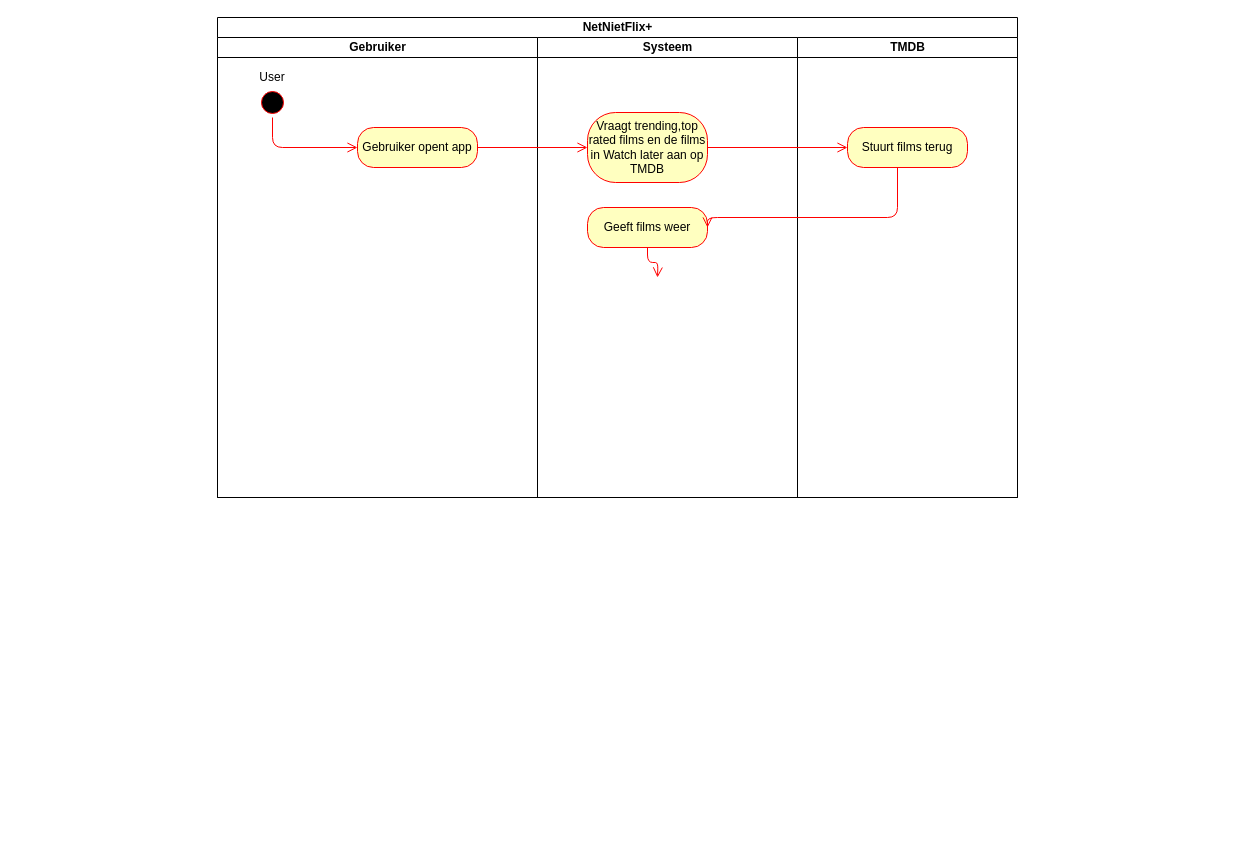
Above: page "Activity diagram" (5 of 5) of Diagrams/ERD.drawio in TeaDrinkingProgrammer/NetNietFlix (draw.io), before the change. Source tidied: cells renumbered, new cells numbered last; positions are measured from the earlier drawing's top-left corner, leaving out a move shared by most shapes. Both pictures are drawn from the tidied source at 100%, with x=0, y=0 at pixel (217, 17).
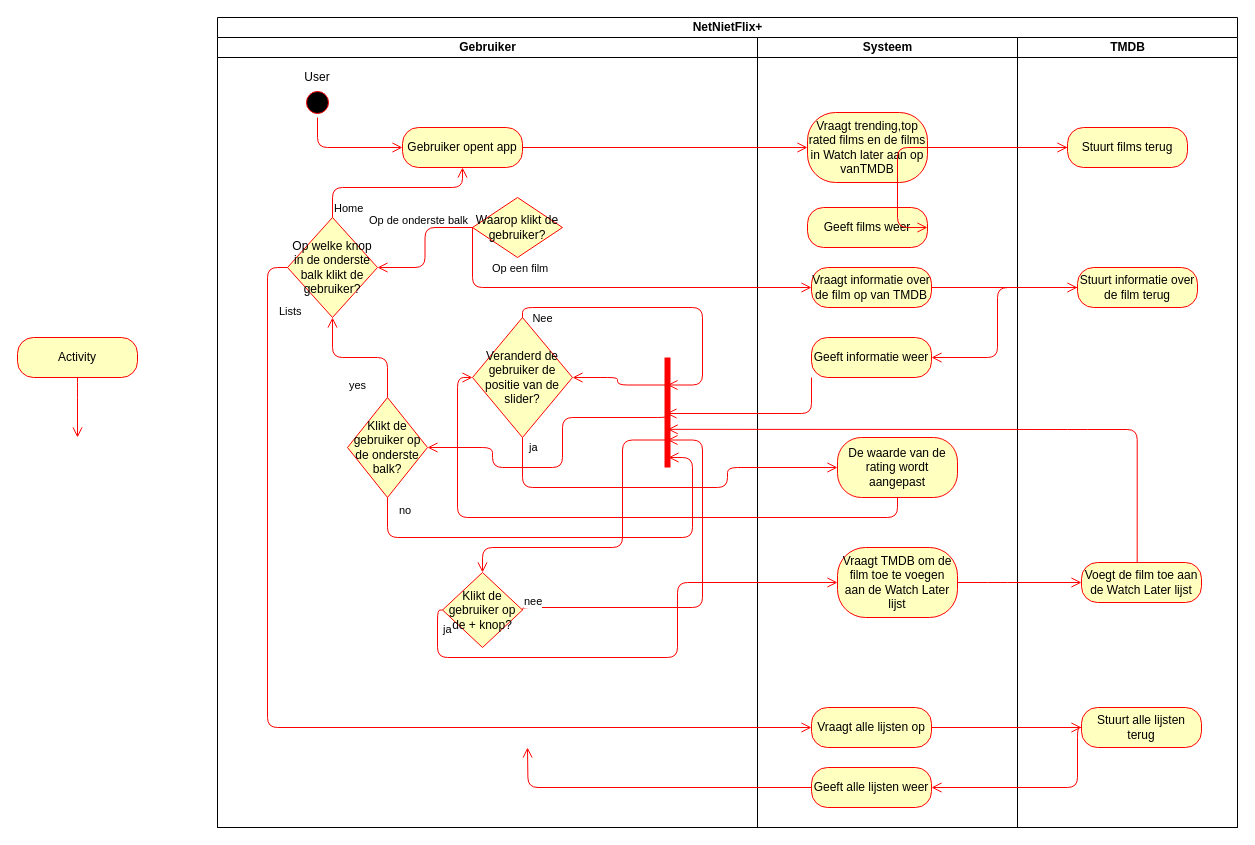
After the change.

The change refers to these unchanged cells:
```xml
<mxCell id="10" value="Geeft films weer" style="rounded=1;whiteSpace=wrap;html=1;arcSize=40;fontColor=#000000;fillColor=#ffffc0;strokeColor=#ff0000;" parent="8" vertex="1">
  <mxGeometry x="50" y="170" width="120" height="40" as="geometry" />
</mxCell>
<mxCell id="14" value="Stuurt films terug" style="rounded=1;whiteSpace=wrap;html=1;arcSize=40;fontColor=#000000;fillColor=#ffffc0;strokeColor=#ff0000;" parent="13" vertex="1">
  <mxGeometry x="50" y="90" width="120" height="40" as="geometry" />
</mxCell>
```

The edit, as a diff of the source:
```diff
@@
     <mxCell id="2" value="NetNietFlix+" style="swimlane;html=1;startSize=20;" parent="1" vertex="1">
-      <mxGeometry width="800" height="480" as="geometry" />
+      <mxGeometry width="1020" height="810" as="geometry" />
     </mxCell>
     <mxCell id="3" value="Gebruiker" style="swimlane;html=1;startSize=20;" parent="2" vertex="1">
-      <mxGeometry y="20" width="320" height="460" as="geometry" />
+      <mxGeometry y="20" width="540" height="790" as="geometry" />
     </mxCell>
     <mxCell id="4" style="ellipse;html=1;shape=startState;fillColor=#000000;strokeColor=#ff0000;" parent="3" vertex="1">
-      <mxGeometry x="40" y="50" width="30" height="30" as="geometry" />
+      <mxGeometry x="85" y="50" width="30" height="30" as="geometry" />
     </mxCell>
     <mxCell id="5" value="User" style="text;html=1;strokeColor=none;fillColor=none;align=center;verticalAlign=middle;whiteSpace=wrap;rounded=0;" parent="3" vertex="1">
-      <mxGeometry x="35" y="30" width="40" height="20" as="geometry" />
+      <mxGeometry x="80" y="30" width="40" height="20" as="geometry" />
     </mxCell>
     <mxCell id="6" value="Gebruiker opent app" style="rounded=1;whiteSpace=wrap;html=1;arcSize=40;fontColor=#000000;fillColor=#ffffc0;strokeColor=#ff0000;" parent="3" vertex="1">
-      <mxGeometry x="140" y="90" width="120" height="40" as="geometry" />
+      <mxGeometry x="185" y="90" width="120" height="40" as="geometry" />
     </mxCell>
     <mxCell id="7" style="edgeStyle=orthogonalEdgeStyle;html=1;verticalAlign=bottom;endArrow=open;endSize=8;strokeColor=#ff0000;entryX=0;entryY=0.5;entryDx=0;entryDy=0;" parent="3" edge="1" source="4" target="6">
       <mxGeometry relative="1" as="geometry">
         <Array as="points">
-          <mxPoint x="55" y="110" />
+          <mxPoint x="100" y="110" />
         </Array>
       </mxGeometry>
     </mxCell>
+    <mxCell id="17" value="Op welke knop in de onderste balk klikt de gebruiker?" style="rhombus;whiteSpace=wrap;html=1;fillColor=#ffffc0;strokeColor=#ff0000;" parent="3" vertex="1">
+      <mxGeometry x="70" y="180" width="90" height="100" as="geometry" />
+    </mxCell>
+    <mxCell id="18" value="Home" style="edgeStyle=orthogonalEdgeStyle;html=1;align=left;verticalAlign=bottom;endArrow=open;endSize=8;strokeColor=#ff0000;exitX=0.5;exitY=0;exitDx=0;exitDy=0;entryX=0.5;entryY=1;entryDx=0;entryDy=0;" parent="3" edge="1" source="17" target="6">
+      <mxGeometry x="-1" relative="1" as="geometry">
+        <Array as="points">
+          <mxPoint x="115" y="150" />
+          <mxPoint x="245" y="150" />
+        </Array>
+      </mxGeometry>
+    </mxCell>
+    <mxCell id="19" value="Waarop klikt de gebruiker?" style="rhombus;whiteSpace=wrap;html=1;fillColor=#ffffc0;strokeColor=#ff0000;" parent="3" vertex="1">
+      <mxGeometry x="255" y="160" width="90" height="60" as="geometry" />
+    </mxCell>
+    <mxCell id="20" value="Op de onderste balk" style="edgeStyle=orthogonalEdgeStyle;html=1;align=left;verticalAlign=top;endArrow=open;endSize=8;strokeColor=#ff0000;entryX=1;entryY=0.5;entryDx=0;entryDy=0;" parent="3" edge="1" source="19" target="17">
+      <mxGeometry x="1" y="-61" relative="1" as="geometry">
+        <mxPoint x="-10" y="1" as="offset" />
+      </mxGeometry>
+    </mxCell>
+    <mxCell id="21" value="Veranderd de gebruiker de positie van de slider?" style="rhombus;whiteSpace=wrap;html=1;fillColor=#ffffc0;strokeColor=#ff0000;" parent="3" vertex="1">
+      <mxGeometry x="255" y="280" width="100" height="120" as="geometry" />
+    </mxCell>
+    <mxCell id="22" style="shape=line;html=1;strokeWidth=6;strokeColor=#ff0000;direction=south;" parent="3" vertex="1">
+      <mxGeometry x="445" y="320" width="10" height="110" as="geometry" />
+    </mxCell>
+    <mxCell id="23" style="edgeStyle=orthogonalEdgeStyle;html=1;verticalAlign=bottom;endArrow=open;endSize=8;strokeColor=#ff0000;exitX=0.25;exitY=0.5;exitDx=0;exitDy=0;exitPerimeter=0;entryX=1;entryY=0.5;entryDx=0;entryDy=0;" parent="3" edge="1" source="22" target="21">
+      <mxGeometry relative="1" as="geometry" />
+    </mxCell>
+    <mxCell id="24" style="edgeStyle=orthogonalEdgeStyle;html=1;verticalAlign=bottom;endArrow=open;endSize=8;strokeColor=#ff0000;exitX=0.75;exitY=0.5;exitDx=0;exitDy=0;exitPerimeter=0;entryX=0.5;entryY=0;entryDx=0;entryDy=0;" parent="3" edge="1" source="22" target="25">
+      <mxGeometry relative="1" as="geometry">
+        <Array as="points">
+          <mxPoint x="405" y="403" />
+          <mxPoint x="405" y="510" />
+          <mxPoint x="265" y="510" />
+        </Array>
+      </mxGeometry>
+    </mxCell>
+    <mxCell id="25" value="Klikt de gebruiker op de + knop?" style="rhombus;whiteSpace=wrap;html=1;fillColor=#ffffc0;strokeColor=#ff0000;" parent="3" vertex="1">
+      <mxGeometry x="225" y="535" width="80" height="75" as="geometry" />
+    </mxCell>
+    <mxCell id="26" value="nee" style="edgeStyle=orthogonalEdgeStyle;html=1;align=left;verticalAlign=bottom;endArrow=open;endSize=8;strokeColor=#ff0000;entryX=0.75;entryY=0.5;entryDx=0;entryDy=0;exitX=1;exitY=0.5;exitDx=0;exitDy=0;entryPerimeter=0;" parent="3" edge="1" source="25" target="22">
+      <mxGeometry x="-1" relative="1" as="geometry">
+        <Array as="points">
+          <mxPoint x="485" y="570" />
+          <mxPoint x="485" y="403" />
+        </Array>
+      </mxGeometry>
+    </mxCell>
+    <mxCell id="27" value="&lt;div&gt;&lt;br&gt;&lt;/div&gt;" style="edgeLabel;html=1;align=center;verticalAlign=middle;" parent="26" vertex="1">
+      <mxGeometry x="-0.34" y="1" relative="1" as="geometry" />
+    </mxCell>
+    <mxCell id="28" value="Nee" style="edgeStyle=orthogonalEdgeStyle;html=1;verticalAlign=bottom;endArrow=open;endSize=8;strokeColor=#ff0000;exitX=0.5;exitY=0;exitDx=0;exitDy=0;entryX=0.25;entryY=0.5;entryDx=0;entryDy=0;entryPerimeter=0;" parent="3" edge="1" source="21" target="22">
+      <mxGeometry x="-0.8" y="-20" relative="1" as="geometry">
+        <Array as="points">
+          <mxPoint x="305" y="270" />
+          <mxPoint x="485" y="270" />
+          <mxPoint x="485" y="348" />
+        </Array>
+      </mxGeometry>
+    </mxCell>
+    <mxCell id="29" value="Klikt de gebruiker op de onderste balk?" style="rhombus;whiteSpace=wrap;html=1;fillColor=#ffffc0;strokeColor=#ff0000;" parent="3" vertex="1">
+      <mxGeometry x="130" y="360" width="80" height="100" as="geometry" />
+    </mxCell>
+    <mxCell id="30" value="no" style="edgeStyle=orthogonalEdgeStyle;html=1;align=left;verticalAlign=bottom;endArrow=open;endSize=8;strokeColor=#ff0000;exitX=0.5;exitY=1;exitDx=0;exitDy=0;entryX=0.909;entryY=0.4;entryDx=0;entryDy=0;entryPerimeter=0;" parent="3" edge="1" source="29" target="22">
+      <mxGeometry x="-0.9" y="10" relative="1" as="geometry">
+        <Array as="points">
+          <mxPoint x="170" y="500" />
+          <mxPoint x="475" y="500" />
+          <mxPoint x="475" y="420" />
+        </Array>
+      </mxGeometry>
+    </mxCell>
+    <mxCell id="31" value="yes" style="edgeStyle=orthogonalEdgeStyle;html=1;align=left;verticalAlign=top;endArrow=open;endSize=8;strokeColor=#ff0000;entryX=0.5;entryY=1;entryDx=0;entryDy=0;" parent="3" edge="1" source="29" target="17">
+      <mxGeometry x="0.18" y="15" relative="1" as="geometry" />
+    </mxCell>
+    <mxCell id="32" style="edgeStyle=orthogonalEdgeStyle;html=1;verticalAlign=bottom;endArrow=open;endSize=8;strokeColor=#ff0000;exitX=0.517;exitY=0.486;exitDx=0;exitDy=0;exitPerimeter=0;entryX=1;entryY=0.5;entryDx=0;entryDy=0;" parent="3" edge="1" source="22" target="29">
+      <mxGeometry relative="1" as="geometry">
+        <Array as="points">
+          <mxPoint x="450" y="380" />
+          <mxPoint x="345" y="380" />
+          <mxPoint x="345" y="430" />
+          <mxPoint x="275" y="430" />
+          <mxPoint x="275" y="410" />
+        </Array>
+      </mxGeometry>
+    </mxCell>
     <mxCell id="8" value="Systeem" style="swimlane;html=1;startSize=20;" parent="2" vertex="1">
-      <mxGeometry x="320" y="20" width="260" height="460" as="geometry" />
+      <mxGeometry x="540" y="20" width="260" height="790" as="geometry" />
     </mxCell>
-    <mxCell id="9" value="Vraagt trending,top rated films en de films in Watch later aan op TMDB" style="rounded=1;whiteSpace=wrap;html=1;arcSize=40;fontColor=#000000;fillColor=#ffffc0;strokeColor=#ff0000;" parent="8" vertex="1">
+    <mxCell id="9" value="Vraagt trending,top rated films en de films in Watch later aan op vanTMDB" style="rounded=1;whiteSpace=wrap;html=1;arcSize=40;fontColor=#000000;fillColor=#ffffc0;strokeColor=#ff0000;" parent="8" vertex="1">
       <mxGeometry x="50" y="75" width="120" height="70" as="geometry" />
     </mxCell>
@@
-    <mxCell id="11" style="edgeStyle=orthogonalEdgeStyle;html=1;verticalAlign=bottom;endArrow=open;endSize=8;strokeColor=#ff0000;" parent="8" edge="1" source="10">
-      <mxGeometry relative="1" as="geometry">
-        <mxPoint x="120" y="240" as="targetPoint" />
-      </mxGeometry>
-    </mxCell>
+    <mxCell id="33" value="Vraagt alle lijsten op" style="rounded=1;whiteSpace=wrap;html=1;arcSize=40;fontColor=#000000;fillColor=#ffffc0;strokeColor=#ff0000;" parent="8" vertex="1">
+      <mxGeometry x="54" y="670" width="120" height="40" as="geometry" />
+    </mxCell>
+    <mxCell id="34" value="Geeft alle lijsten weer" style="rounded=1;whiteSpace=wrap;html=1;arcSize=40;fontColor=#000000;fillColor=#ffffc0;strokeColor=#ff0000;" parent="8" vertex="1">
+      <mxGeometry x="54" y="730" width="120" height="40" as="geometry" />
+    </mxCell>
+    <mxCell id="35" style="edgeStyle=orthogonalEdgeStyle;html=1;verticalAlign=bottom;endArrow=open;endSize=8;strokeColor=#ff0000;" parent="8" edge="1" source="34">
+      <mxGeometry relative="1" as="geometry">
+        <mxPoint x="-230" y="710" as="targetPoint" />
+      </mxGeometry>
+    </mxCell>
+    <mxCell id="36" value="Vraagt informatie over de film op van TMDB" style="rounded=1;whiteSpace=wrap;html=1;arcSize=40;fontColor=#000000;fillColor=#ffffc0;strokeColor=#ff0000;" parent="8" vertex="1">
+      <mxGeometry x="54" y="230" width="120" height="40" as="geometry" />
+    </mxCell>
+    <mxCell id="37" value="Geeft informatie weer" style="rounded=1;whiteSpace=wrap;html=1;arcSize=40;fontColor=#000000;fillColor=#ffffc0;strokeColor=#ff0000;" parent="8" vertex="1">
+      <mxGeometry x="54" y="300" width="120" height="40" as="geometry" />
+    </mxCell>
+    <mxCell id="38" value="De waarde van de rating wordt aangepast" style="rounded=1;whiteSpace=wrap;html=1;arcSize=40;fontColor=#000000;fillColor=#ffffc0;strokeColor=#ff0000;" parent="8" vertex="1">
+      <mxGeometry x="80" y="400" width="120" height="60" as="geometry" />
+    </mxCell>
+    <mxCell id="39" value="Vraagt TMDB om de film toe te voegen aan de Watch Later lijst" style="rounded=1;whiteSpace=wrap;html=1;arcSize=40;fontColor=#000000;fillColor=#ffffc0;strokeColor=#ff0000;" parent="8" vertex="1">
+      <mxGeometry x="80" y="510" width="120" height="70" as="geometry" />
+    </mxCell>
@@
     <mxCell id="13" value="TMDB" style="swimlane;html=1;startSize=20;" parent="2" vertex="1">
-      <mxGeometry x="580" y="20" width="220" height="460" as="geometry" />
+      <mxGeometry x="800" y="20" width="220" height="790" as="geometry" />
     </mxCell>
@@
+    <mxCell id="40" value="Stuurt alle lijsten terug" style="rounded=1;whiteSpace=wrap;html=1;arcSize=40;fontColor=#000000;fillColor=#ffffc0;strokeColor=#ff0000;" parent="13" vertex="1">
+      <mxGeometry x="64" y="670" width="120" height="40" as="geometry" />
+    </mxCell>
+    <mxCell id="41" value="Stuurt informatie over de film terug" style="rounded=1;whiteSpace=wrap;html=1;arcSize=40;fontColor=#000000;fillColor=#ffffc0;strokeColor=#ff0000;" parent="13" vertex="1">
+      <mxGeometry x="60" y="230" width="120" height="40" as="geometry" />
+    </mxCell>
+    <mxCell id="42" value="Voegt de film toe aan de Watch Later lijst" style="rounded=1;whiteSpace=wrap;html=1;arcSize=40;fontColor=#000000;fillColor=#ffffc0;strokeColor=#ff0000;" parent="13" vertex="1">
+      <mxGeometry x="64" y="525" width="120" height="40" as="geometry" />
+    </mxCell>
@@
     <mxCell id="16" style="edgeStyle=orthogonalEdgeStyle;html=1;verticalAlign=bottom;endArrow=open;endSize=8;strokeColor=#ff0000;entryX=1;entryY=0.5;entryDx=0;entryDy=0;" parent="2" edge="1" source="14" target="10">
       <mxGeometry relative="1" as="geometry">
         <Array as="points">
-          <mxPoint x="680" y="200" />
+          <mxPoint x="680" y="210" />
         </Array>
       </mxGeometry>
     </mxCell>
+    <mxCell id="43" value="Lists" style="edgeStyle=orthogonalEdgeStyle;html=1;align=left;verticalAlign=top;endArrow=open;endSize=8;strokeColor=#ff0000;exitX=0;exitY=0.5;exitDx=0;exitDy=0;entryX=0;entryY=0.5;entryDx=0;entryDy=0;" parent="2" edge="1" source="17" target="33">
+      <mxGeometry x="-0.9" y="10" relative="1" as="geometry">
+        <Array as="points">
+          <mxPoint x="50" y="250" />
+          <mxPoint x="50" y="710" />
+        </Array>
+      </mxGeometry>
+    </mxCell>
+    <mxCell id="44" style="edgeStyle=orthogonalEdgeStyle;html=1;verticalAlign=bottom;endArrow=open;endSize=8;strokeColor=#ff0000;entryX=0;entryY=0.5;entryDx=0;entryDy=0;" parent="2" edge="1" source="33" target="40">
+      <mxGeometry relative="1" as="geometry" />
+    </mxCell>
+    <mxCell id="45" style="edgeStyle=orthogonalEdgeStyle;html=1;verticalAlign=bottom;endArrow=open;endSize=8;strokeColor=#ff0000;entryX=1;entryY=0.5;entryDx=0;entryDy=0;" parent="2" edge="1" source="40" target="34">
+      <mxGeometry relative="1" as="geometry">
+        <Array as="points">
+          <mxPoint x="860" y="770" />
+        </Array>
+      </mxGeometry>
+    </mxCell>
+    <mxCell id="46" value="Op een film" style="edgeStyle=orthogonalEdgeStyle;html=1;align=left;verticalAlign=bottom;endArrow=open;endSize=8;strokeColor=#ff0000;" parent="2" edge="1" source="19" target="36">
+      <mxGeometry x="-0.61" y="10" relative="1" as="geometry">
+        <Array as="points">
+          <mxPoint x="255" y="270" />
+        </Array>
+      </mxGeometry>
+    </mxCell>
+    <mxCell id="47" style="edgeStyle=orthogonalEdgeStyle;html=1;verticalAlign=bottom;endArrow=open;endSize=8;strokeColor=#ff0000;entryX=0;entryY=0.5;entryDx=0;entryDy=0;" parent="2" edge="1" source="36" target="41">
+      <mxGeometry relative="1" as="geometry" />
+    </mxCell>
+    <mxCell id="48" style="edgeStyle=orthogonalEdgeStyle;html=1;verticalAlign=bottom;endArrow=open;endSize=8;strokeColor=#ff0000;entryX=1;entryY=0.5;entryDx=0;entryDy=0;" parent="2" edge="1" source="41" target="37">
+      <mxGeometry relative="1" as="geometry">
+        <Array as="points">
+          <mxPoint x="780" y="340" />
+        </Array>
+      </mxGeometry>
+    </mxCell>
+    <mxCell id="49" style="edgeStyle=orthogonalEdgeStyle;html=1;verticalAlign=bottom;endArrow=open;endSize=8;strokeColor=#ff0000;entryX=0.509;entryY=0.6;entryDx=0;entryDy=0;entryPerimeter=0;" parent="2" edge="1" source="37" target="22">
+      <mxGeometry relative="1" as="geometry">
+        <Array as="points">
+          <mxPoint x="594" y="396" />
+        </Array>
+      </mxGeometry>
+    </mxCell>
+    <mxCell id="50" value="ja" style="edgeStyle=orthogonalEdgeStyle;html=1;align=left;verticalAlign=bottom;endArrow=open;endSize=8;strokeColor=#ff0000;exitX=0.5;exitY=1;exitDx=0;exitDy=0;entryX=0;entryY=0.5;entryDx=0;entryDy=0;" parent="2" edge="1" source="21" target="38">
+      <mxGeometry x="-0.9" y="5" relative="1" as="geometry">
+        <Array as="points">
+          <mxPoint x="305" y="470" />
+          <mxPoint x="510" y="470" />
+          <mxPoint x="510" y="450" />
+        </Array>
+      </mxGeometry>
+    </mxCell>
+    <mxCell id="51" style="edgeStyle=orthogonalEdgeStyle;html=1;verticalAlign=bottom;endArrow=open;endSize=8;strokeColor=#ff0000;entryX=0;entryY=0.5;entryDx=0;entryDy=0;exitX=0.5;exitY=1;exitDx=0;exitDy=0;" parent="2" edge="1" source="38" target="21">
+      <mxGeometry relative="1" as="geometry">
+        <Array as="points">
+          <mxPoint x="680" y="500" />
+          <mxPoint x="240" y="500" />
+          <mxPoint x="240" y="360" />
+        </Array>
+      </mxGeometry>
+    </mxCell>
+    <mxCell id="52" value="ja" style="edgeStyle=orthogonalEdgeStyle;html=1;align=left;verticalAlign=top;endArrow=open;endSize=8;strokeColor=#ff0000;entryX=0;entryY=0.5;entryDx=0;entryDy=0;" parent="2" edge="1" source="25" target="39">
+      <mxGeometry x="-1" y="11" relative="1" as="geometry">
+        <Array as="points">
+          <mxPoint x="220" y="640" />
+          <mxPoint x="460" y="640" />
+          <mxPoint x="460" y="565" />
+        </Array>
+        <mxPoint x="-1" y="-5" as="offset" />
+      </mxGeometry>
+    </mxCell>
+    <mxCell id="53" style="edgeStyle=orthogonalEdgeStyle;html=1;verticalAlign=bottom;endArrow=open;endSize=8;strokeColor=#ff0000;entryX=0;entryY=0.5;entryDx=0;entryDy=0;" parent="2" edge="1" source="39" target="42">
+      <mxGeometry relative="1" as="geometry">
+        <Array as="points">
+          <mxPoint x="780" y="565" />
+          <mxPoint x="780" y="565" />
+        </Array>
+      </mxGeometry>
+    </mxCell>
+    <mxCell id="54" style="edgeStyle=orthogonalEdgeStyle;html=1;verticalAlign=bottom;endArrow=open;endSize=8;strokeColor=#ff0000;entryX=0.653;entryY=0.478;entryDx=0;entryDy=0;entryPerimeter=0;exitX=0.464;exitY=-0.005;exitDx=0;exitDy=0;exitPerimeter=0;" parent="2" edge="1" source="42" target="22">
+      <mxGeometry relative="1" as="geometry">
+        <Array as="points">
+          <mxPoint x="860" y="412" />
+          <mxPoint x="405" y="412" />
+        </Array>
+      </mxGeometry>
+    </mxCell>
+    <mxCell id="55" value="Activity" style="rounded=1;whiteSpace=wrap;html=1;arcSize=40;fontColor=#000000;fillColor=#ffffc0;strokeColor=#ff0000;" parent="1" vertex="1">
+      <mxGeometry x="-200" y="320" width="120" height="40" as="geometry" />
+    </mxCell>
+    <mxCell id="56" style="edgeStyle=orthogonalEdgeStyle;html=1;verticalAlign=bottom;endArrow=open;endSize=8;strokeColor=#ff0000;" parent="1" edge="1" source="55">
+      <mxGeometry relative="1" as="geometry">
+        <mxPoint x="-140" y="420" as="targetPoint" />
+        <Array as="points">
+          <mxPoint x="-140" y="370" />
+          <mxPoint x="-140" y="370" />
+        </Array>
+      </mxGeometry>
+    </mxCell>
```
